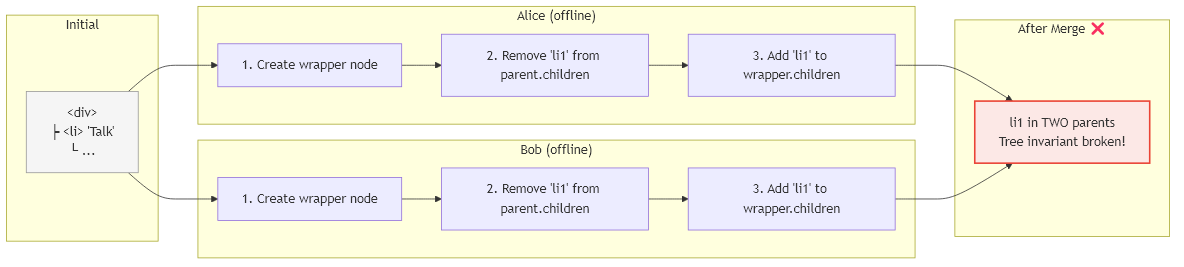
Earlier version of the Mermaid export img/concurrent-wrap.png (krsion/master-thesis). Its source is kept beside it as img/concurrent-wrap.mmd.
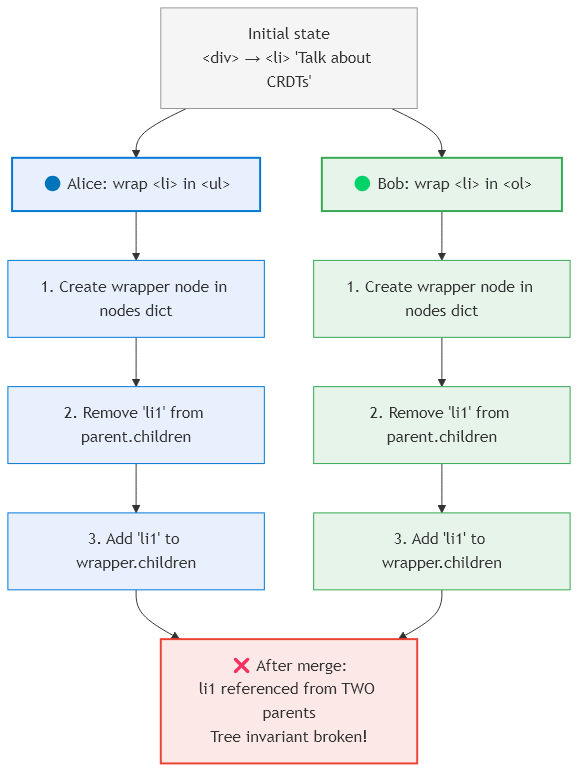
Later version of the same file.

What changed in the source:
```diff
@@ -1,28 +1,32 @@
-graph LR
-    subgraph "Initial"
-        I["&lt;div&gt;<br/>├ &lt;li&gt; 'Talk'<br/>└ ..."]
-    end
+graph TD
+    I["Initial state<br/>&lt;div&gt; → &lt;li&gt; 'Talk about CRDTs'"]
 
-    subgraph "Alice (offline)"
-        A1["1. Create wrapper node"]
-        A2["2. Remove 'li1' from parent.children"]
-        A3["3. Add 'li1' to wrapper.children"]
-    end
+    A1["🔵 Alice: wrap &lt;li&gt; in &lt;ul&gt;"]
+    A2["1. Create wrapper node in nodes dict"]
+    A3["2. Remove 'li1' from parent.children"]
+    A4["3. Add 'li1' to wrapper.children"]
 
-    subgraph "Bob (offline)"
-        B1["1. Create wrapper node"]
-        B2["2. Remove 'li1' from parent.children"]
-        B3["3. Add 'li1' to wrapper.children"]
-    end
+    B1["🟢 Bob: wrap &lt;li&gt; in &lt;ol&gt;"]
+    B2["1. Create wrapper node in nodes dict"]
+    B3["2. Remove 'li1' from parent.children"]
+    B4["3. Add 'li1' to wrapper.children"]
 
-    subgraph "After Merge ❌"
-        M["li1 in TWO parents<br/>Tree invariant broken!"]
-    end
+    M["❌ After merge:<br/>li1 referenced from TWO parents<br/>Tree invariant broken!"]
 
-    I --> A1 --> A2 --> A3
-    I --> B1 --> B2 --> B3
-    A3 --> M
-    B3 --> M
+    I --> A1
+    I --> B1
+    A1 --> A2 --> A3 --> A4
+    B1 --> B2 --> B3 --> B4
+    A4 --> M
+    B4 --> M
 
+    style I fill:#f5f5f5,stroke:#999
+    style A1 fill:#e8f0fe,stroke:#0078d4,stroke-width:2px
+    style A2 fill:#e8f0fe,stroke:#0078d4
+    style A3 fill:#e8f0fe,stroke:#0078d4
+    style A4 fill:#e8f0fe,stroke:#0078d4
+    style B1 fill:#e6f4ea,stroke:#34a853,stroke-width:2px
+    style B2 fill:#e6f4ea,stroke:#34a853
+    style B3 fill:#e6f4ea,stroke:#34a853
+    style B4 fill:#e6f4ea,stroke:#34a853
     style M fill:#fce8e6,stroke:#ea4335,stroke-width:2px
-    style I fill:#f5f5f5,stroke:#999
```
